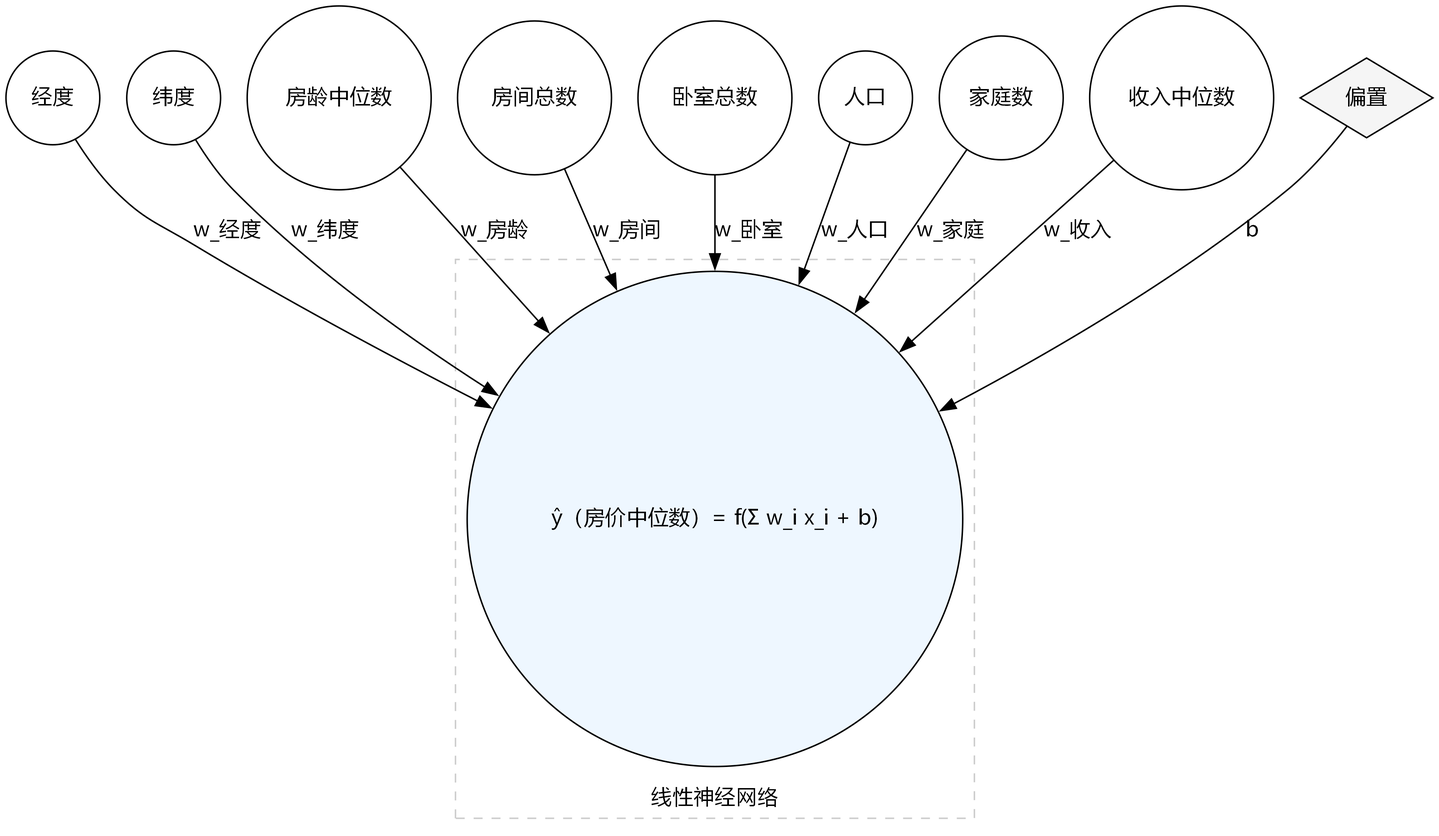
Earlier version of the Graphviz export src/book/img3/linear_network.png (zhouxzh/Ascend310). Its source is kept beside it as src/book/img3/linear_network.dot. Source of this version:
```dot
digraph SLP {
  rankdir=TB;
  splines=true;
  charset="UTF-8";
  fontname="Microsoft YaHei";
  node [shape=circle, fontname="Microsoft YaHei"];
  edge [fontname="Microsoft YaHei"];

  {
    rank=same;
    subgraph cluster_inputs {
      label="输入（8维）";
      style=dashed;
      color="#cccccc";

      longitude [label="经度"];
      latitude [label="纬度"];
      housingMedianAge [label="房龄中位数"];
      totalRooms [label="房间总数"];
      totalBedrooms [label="卧室总数"];
      population [label="人口"];
      households [label="家庭数"];
      medianIncome [label="收入中位数"];

      bias [label="偏置", shape=diamond, style=filled, fillcolor="#f5f5f5"];
    }
  }

subgraph cluster_output {
    label="线性神经网络";
    labelloc="b";
    labeljust="c";
    style=dashed;
    color="#cccccc";
    y [label="ŷ（房价中位数）= f(Σ w_i x_i + b)", shape=circle, style=filled, fillcolor="#eef7ff"];
}

  longitude -> y [label="w_经度"];
  latitude -> y [label="w_纬度"];
  housingMedianAge -> y [label="w_房龄"];
  totalRooms -> y [label="w_房间"];
  totalBedrooms -> y [label="w_卧室"];
  population -> y [label="w_人口"];
  households -> y [label="w_家庭"];
  medianIncome -> y [label="w_收入"];

  bias -> y [label="b"];
}
```
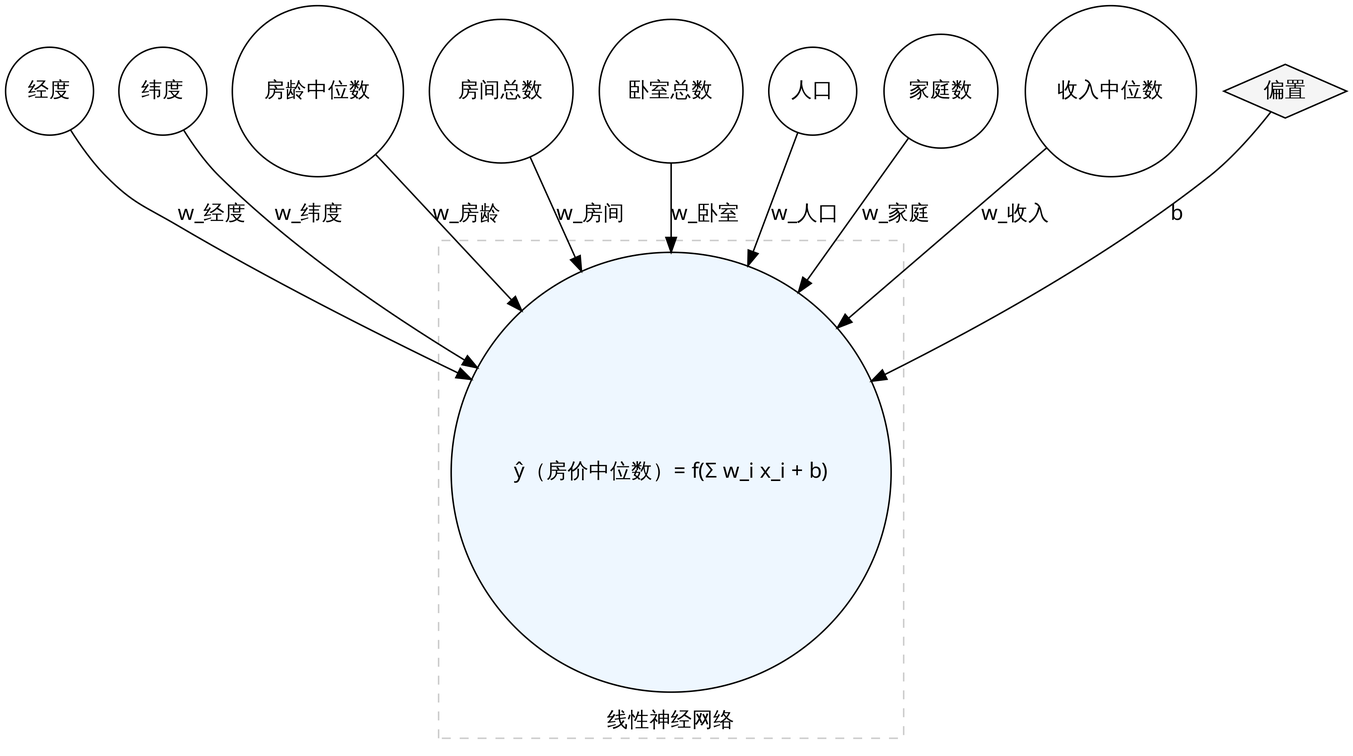
Above is the later version.

Change to the diagram source:
```diff
@@ -2,9 +2,9 @@
   rankdir=TB;
   splines=true;
   charset="UTF-8";
-  fontname="Microsoft YaHei";
-  node [shape=circle, fontname="Microsoft YaHei"];
-  edge [fontname="Microsoft YaHei"];
+  fontname="Noto Sans SC";
+  node [shape=circle, fontname="Noto Sans SC"];
+  edge [fontname="Noto Sans SC"];
 
   {
     rank=same;
```
